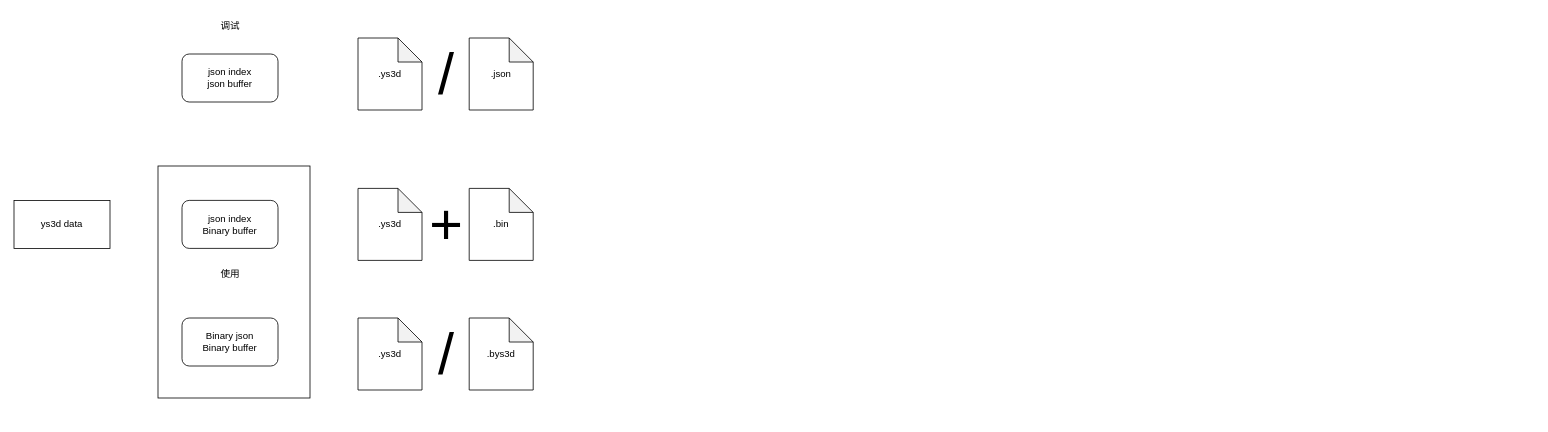
The draw.io diagram ys3d-data.drawio in Harekaze-Misakiakeno/uml, before the edit. Source tidied: cells renumbered, new cells numbered last; positions are measured from the earlier drawing's top-left corner, leaving out a move shared by most shapes. Both pictures are drawn from the tidied source at 80%, with x=0, y=0 at pixel (14, 14).
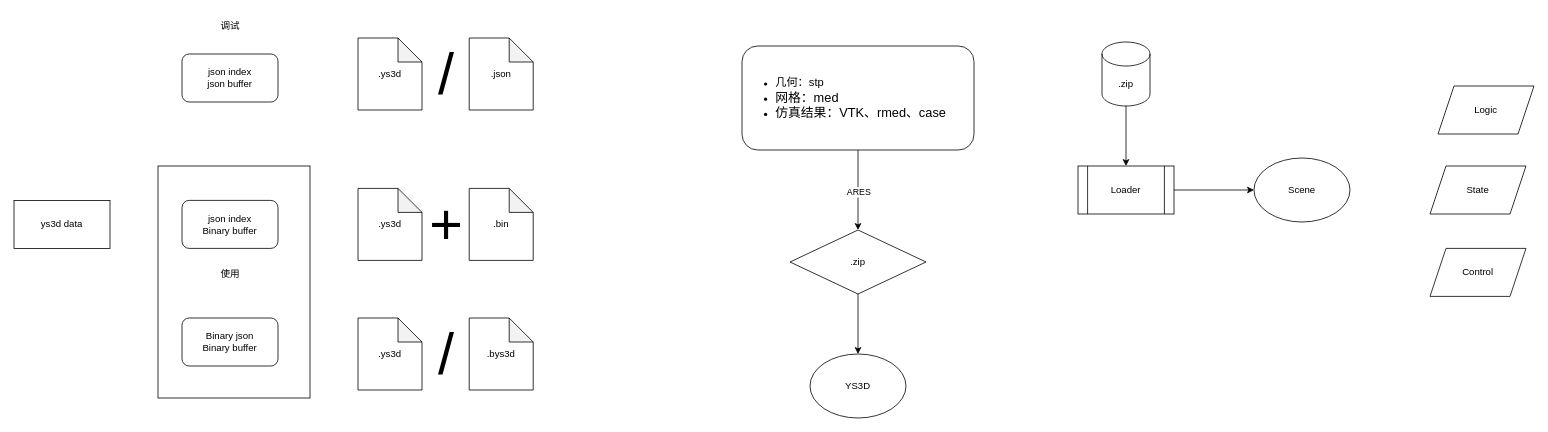
After the change.

Diff of the diagram source:
```diff
@@
+    <mxCell id="18" style="edgeStyle=orthogonalEdgeStyle;rounded=0;jettySize=auto;html=1;entryX=0.5;entryY=0;entryDx=0;entryDy=0;" parent="1" edge="1" source="20" target="22">
+      <mxGeometry relative="1" as="geometry" />
+    </mxCell>
+    <mxCell id="19" value="ARES" style="edgeLabel;html=1;align=center;verticalAlign=middle;" parent="18" vertex="1">
+      <mxGeometry x="0.05" relative="1" as="geometry">
+        <mxPoint y="-1" as="offset" />
+      </mxGeometry>
+    </mxCell>
+    <mxCell id="20" value="&lt;ul&gt;&lt;li&gt;&lt;font style=&quot;font-size: 14px;&quot;&gt;几何：stp&lt;/font&gt;&lt;/li&gt;&lt;li&gt;&lt;font size=&quot;3&quot;&gt;网格：med&lt;/font&gt;&lt;/li&gt;&lt;li&gt;&lt;font size=&quot;3&quot;&gt;仿真结果：VTK、rmed、case&lt;/font&gt;&lt;/li&gt;&lt;/ul&gt;" style="rounded=1;whiteSpace=wrap;html=1;align=left;" parent="1" vertex="1">
+      <mxGeometry x="910" y="40" width="290" height="130" as="geometry" />
+    </mxCell>
+    <mxCell id="21" style="edgeStyle=orthogonalEdgeStyle;rounded=0;jettySize=auto;html=1;entryX=0.5;entryY=0;entryDx=0;entryDy=0;" parent="1" edge="1" source="22" target="23">
+      <mxGeometry relative="1" as="geometry" />
+    </mxCell>
+    <mxCell id="22" value=".zip" style="rhombus;whiteSpace=wrap;html=1;" parent="1" vertex="1">
+      <mxGeometry x="970" y="270" width="170" height="80" as="geometry" />
+    </mxCell>
+    <mxCell id="23" value="YS3D" style="ellipse;whiteSpace=wrap;html=1;" parent="1" vertex="1">
+      <mxGeometry x="995" y="425" width="120" height="80" as="geometry" />
+    </mxCell>
+    <mxCell id="24" style="edgeStyle=orthogonalEdgeStyle;rounded=0;jettySize=auto;html=1;" parent="1" edge="1" source="25" target="26">
+      <mxGeometry relative="1" as="geometry" />
+    </mxCell>
+    <mxCell id="25" value="Loader" style="shape=process;whiteSpace=wrap;html=1;backgroundOutline=1;" parent="1" vertex="1">
+      <mxGeometry x="1330" y="190" width="120" height="60" as="geometry" />
+    </mxCell>
+    <mxCell id="26" value="Scene" style="ellipse;whiteSpace=wrap;html=1;" parent="1" vertex="1">
+      <mxGeometry x="1550" y="180" width="120" height="80" as="geometry" />
+    </mxCell>
+    <mxCell id="27" style="edgeStyle=orthogonalEdgeStyle;rounded=0;jettySize=auto;html=1;entryX=0.5;entryY=0;entryDx=0;entryDy=0;" parent="1" edge="1" source="28" target="25">
+      <mxGeometry relative="1" as="geometry" />
+    </mxCell>
+    <mxCell id="28" value=".zip" style="shape=cylinder3;whiteSpace=wrap;html=1;boundedLbl=1;backgroundOutline=1;size=15;" parent="1" vertex="1">
+      <mxGeometry x="1360" y="35" width="60" height="80" as="geometry" />
+    </mxCell>
+    <mxCell id="29" value="Logic" style="shape=parallelogram;perimeter=parallelogramPerimeter;whiteSpace=wrap;html=1;fixedSize=1;" parent="1" vertex="1">
+      <mxGeometry x="1780" y="90" width="120" height="60" as="geometry" />
+    </mxCell>
+    <mxCell id="30" value="State" style="shape=parallelogram;perimeter=parallelogramPerimeter;whiteSpace=wrap;html=1;fixedSize=1;" parent="1" vertex="1">
+      <mxGeometry x="1770" y="190" width="120" height="60" as="geometry" />
+    </mxCell>
+    <mxCell id="31" value="Control" style="shape=parallelogram;perimeter=parallelogramPerimeter;whiteSpace=wrap;html=1;fixedSize=1;" parent="1" vertex="1">
+      <mxGeometry x="1770" y="293" width="120" height="60" as="geometry" />
+    </mxCell>
```
